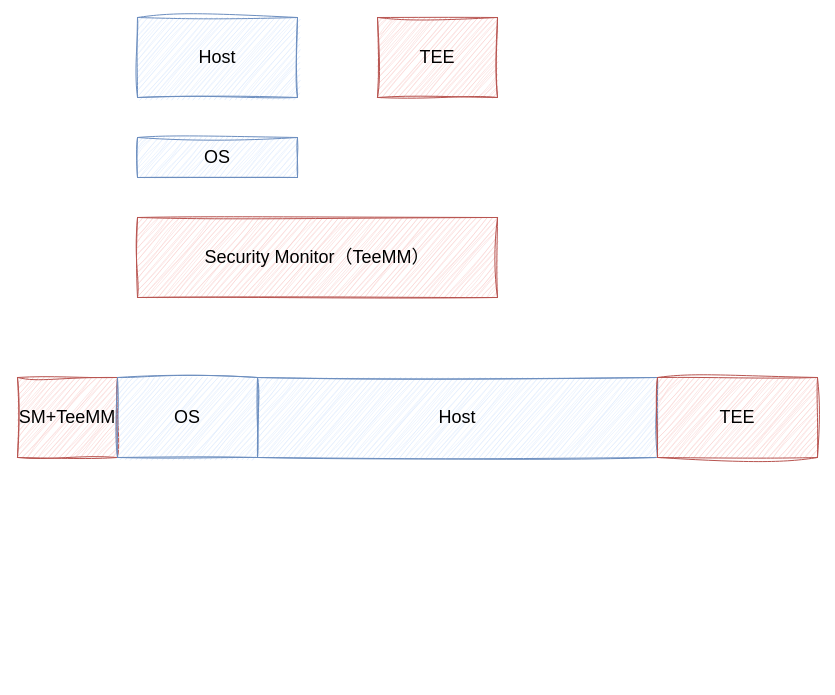
The draw.io diagram elastic0.1.drawio in panshangjie/Image, before the edit. Source tidied: cells renumbered, new cells numbered last; positions are measured from the earlier drawing's top-left corner, leaving out a move shared by most shapes. Both pictures are drawn from the tidied source at 100%, with x=0, y=0 at pixel (17, 17).
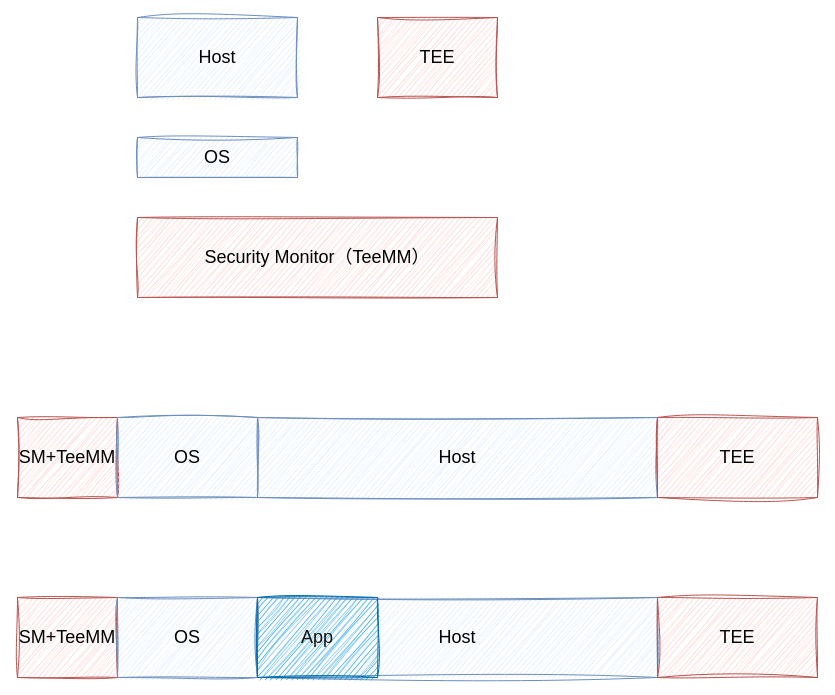
The same page after the edit.

What changed in the source:
```diff
@@
 <mxGraphModel>
   <root>
     <mxCell id="0" />
     <mxCell id="1" parent="0" />
     <mxCell id="2" value="&lt;font style=&quot;font-size: 18px;&quot;&gt;Host&lt;/font&gt;" style="rounded=0;whiteSpace=wrap;html=1;sketch=1;curveFitting=1;jiggle=2;fillColor=#dae8fc;strokeColor=#6c8ebf;" parent="1" vertex="1">
       <mxGeometry x="120" width="160" height="80" as="geometry" />
     </mxCell>
     <mxCell id="3" value="&lt;font style=&quot;font-size: 18px;&quot;&gt;TEE&lt;/font&gt;" style="rounded=0;whiteSpace=wrap;html=1;sketch=1;curveFitting=1;jiggle=2;fillColor=#f8cecc;strokeColor=#b85450;" parent="1" vertex="1">
       <mxGeometry x="360" width="120" height="80" as="geometry" />
     </mxCell>
     <mxCell id="4" value="&lt;font style=&quot;font-size: 18px;&quot;&gt;OS&lt;/font&gt;" style="rounded=0;whiteSpace=wrap;html=1;sketch=1;curveFitting=1;jiggle=2;fillColor=#dae8fc;strokeColor=#6c8ebf;" parent="1" vertex="1">
       <mxGeometry x="120" y="120" width="160" height="40" as="geometry" />
     </mxCell>
     <mxCell id="5" value="&lt;font style=&quot;font-size: 18px;&quot;&gt;Security Monitor（TeeMM）&lt;/font&gt;" style="rounded=0;whiteSpace=wrap;html=1;sketch=1;curveFitting=1;jiggle=2;fillColor=#f8cecc;strokeColor=#b85450;" parent="1" vertex="1">
       <mxGeometry x="120" y="200" width="360" height="80" as="geometry" />
     </mxCell>
     <mxCell id="6" value="&lt;font style=&quot;font-size: 18px;&quot;&gt;SM+TeeMM&lt;/font&gt;" style="rounded=0;whiteSpace=wrap;html=1;sketch=1;curveFitting=1;jiggle=2;fillColor=#f8cecc;strokeColor=#b85450;" parent="1" vertex="1">
-      <mxGeometry y="360" width="100" height="80" as="geometry" />
+      <mxGeometry y="400" width="100" height="80" as="geometry" />
     </mxCell>
     <mxCell id="7" value="&lt;font style=&quot;font-size: 18px;&quot;&gt;OS&lt;/font&gt;" style="rounded=0;whiteSpace=wrap;html=1;sketch=1;curveFitting=1;jiggle=2;fillColor=#dae8fc;strokeColor=#6c8ebf;" parent="1" vertex="1">
-      <mxGeometry x="100" y="360" width="140" height="80" as="geometry" />
+      <mxGeometry x="100" y="400" width="140" height="80" as="geometry" />
     </mxCell>
     <mxCell id="8" value="&lt;font style=&quot;font-size: 18px;&quot;&gt;Host&lt;/font&gt;" style="rounded=0;whiteSpace=wrap;html=1;sketch=1;curveFitting=1;jiggle=2;fillColor=#dae8fc;strokeColor=#6c8ebf;" parent="1" vertex="1">
-      <mxGeometry x="240" y="360" width="400" height="80" as="geometry" />
+      <mxGeometry x="240" y="400" width="400" height="80" as="geometry" />
     </mxCell>
     <mxCell id="9" value="&lt;font style=&quot;font-size: 18px;&quot;&gt;TEE&lt;/font&gt;" style="rounded=0;whiteSpace=wrap;html=1;sketch=1;curveFitting=1;jiggle=2;fillColor=#f8cecc;strokeColor=#b85450;" parent="1" vertex="1">
-      <mxGeometry x="640" y="360" width="160" height="80" as="geometry" />
+      <mxGeometry x="640" y="400" width="160" height="80" as="geometry" />
     </mxCell>
+    <mxCell id="10" value="&lt;font style=&quot;font-size: 18px;&quot;&gt;SM+TeeMM&lt;/font&gt;" style="rounded=0;whiteSpace=wrap;html=1;sketch=1;curveFitting=1;jiggle=2;fillColor=#f8cecc;strokeColor=#b85450;" parent="1" vertex="1">
+      <mxGeometry y="580" width="100" height="80" as="geometry" />
+    </mxCell>
+    <mxCell id="11" value="&lt;font style=&quot;font-size: 18px;&quot;&gt;OS&lt;/font&gt;" style="rounded=0;whiteSpace=wrap;html=1;sketch=1;curveFitting=1;jiggle=2;fillColor=#dae8fc;strokeColor=#6c8ebf;" parent="1" vertex="1">
+      <mxGeometry x="100" y="580" width="140" height="80" as="geometry" />
+    </mxCell>
+    <mxCell id="12" value="&lt;font style=&quot;font-size: 18px;&quot;&gt;Host&lt;/font&gt;" style="rounded=0;whiteSpace=wrap;html=1;sketch=1;curveFitting=1;jiggle=2;fillColor=#dae8fc;strokeColor=#6c8ebf;" parent="1" vertex="1">
+      <mxGeometry x="240" y="580" width="400" height="80" as="geometry" />
+    </mxCell>
+    <mxCell id="13" value="&lt;font style=&quot;font-size: 18px;&quot;&gt;TEE&lt;/font&gt;" style="rounded=0;whiteSpace=wrap;html=1;sketch=1;curveFitting=1;jiggle=2;fillColor=#f8cecc;strokeColor=#b85450;" parent="1" vertex="1">
+      <mxGeometry x="640" y="580" width="160" height="80" as="geometry" />
+    </mxCell>
+    <mxCell id="14" value="&lt;font color=&quot;#121212&quot; style=&quot;font-size: 18px;&quot;&gt;App&lt;/font&gt;" style="rounded=0;whiteSpace=wrap;html=1;sketch=1;curveFitting=1;jiggle=2;fillColor=#1ba1e2;strokeColor=#006EAF;fontColor=#ffffff;" parent="1" vertex="1">
+      <mxGeometry x="240" y="580" width="120" height="80" as="geometry" />
+    </mxCell>
   </root>
 </mxGraphModel>
```
